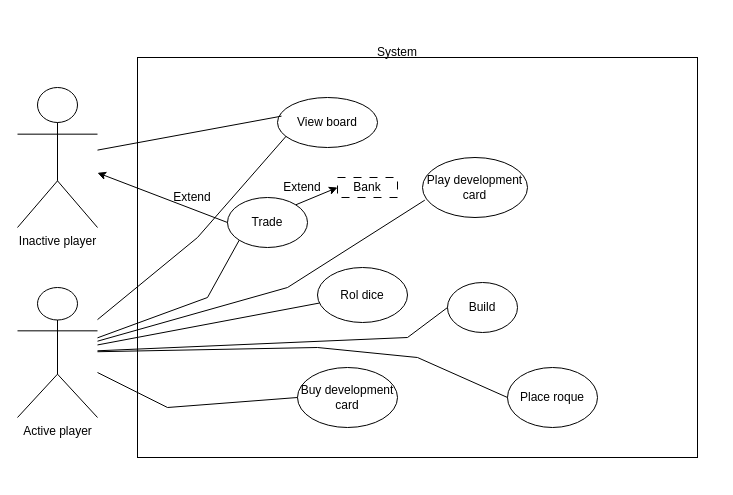
This is documentation/UML-diagrammes/play_use_case_diagram.drawio from M-Ike007/CatanGame, a draw.io file, before an edit. Source tidied: cells renumbered, new cells numbered last; positions are measured from the earlier drawing's top-left corner, leaving out a move shared by most shapes. Both pictures are drawn from the tidied source at 100%, with x=0, y=0 at pixel (17, 37).
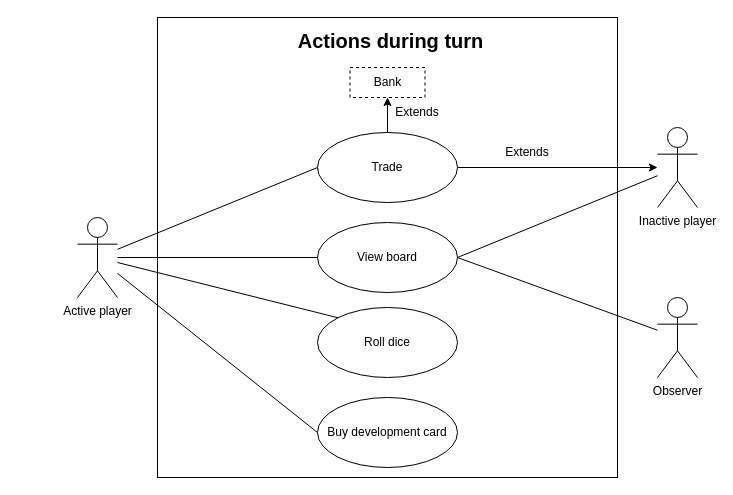
After the change.

Commit message (it also covers changes not shown here):
SDH, JVL Update play use case diagram

update the play use case diagram because it containes some mistakes

What changed in the source:
```diff
@@
-<mxGraphModel>
+<mxGraphModel background="#ffffff">
@@
+    <mxCell id="26" style="whiteSpace=wrap;html=1;" parent="1" vertex="1">
+      <mxGeometry x="140" y="-20" width="460" height="460" as="geometry" />
+    </mxCell>
+    <mxCell id="3" value="Active player" style="shape=umlActor;verticalLabelPosition=bottom;verticalAlign=top;html=1;" parent="1" vertex="1">
+      <mxGeometry x="60" y="180" width="40" height="80" as="geometry" />
+    </mxCell>
-    <mxCell id="2" value="Inactive player" style="shape=umlActor;verticalLabelPosition=bottom;verticalAlign=top;html=1;outlineConnect=0;" parent="1" vertex="1">
-      <mxGeometry y="50" width="80" height="140" as="geometry" />
+    <mxCell id="2" value="Inactive player" style="shape=umlActor;verticalLabelPosition=bottom;verticalAlign=top;html=1;" parent="1" vertex="1">
+      <mxGeometry x="640" y="90" width="40" height="80" as="geometry" />
     </mxCell>
-    <mxCell id="3" value="Active player" style="shape=umlActor;verticalLabelPosition=bottom;verticalAlign=top;html=1;outlineConnect=0;" parent="1" vertex="1">
-      <mxGeometry y="250" width="80" height="130" as="geometry" />
-    </mxCell>
-    <mxCell id="4" style="rounded=0;whiteSpace=wrap;html=1;fillColor=none;" parent="1" vertex="1">
-      <mxGeometry x="120" y="20" width="560" height="400" as="geometry" />
-    </mxCell>
-    <mxCell id="5" value="System" style="text;html=1;strokeColor=none;fillColor=none;align=center;verticalAlign=middle;whiteSpace=wrap;rounded=0;" parent="1" vertex="1">
-      <mxGeometry x="350" width="60" height="30" as="geometry" />
-    </mxCell>
+    <mxCell id="27" value="Observer" style="shape=umlActor;verticalLabelPosition=bottom;verticalAlign=top;html=1;" parent="1" vertex="1">
+      <mxGeometry x="640" y="260" width="40" height="80" as="geometry" />
+    </mxCell>
-    <mxCell id="6" value="View board" style="ellipse;whiteSpace=wrap;html=1;fillColor=none;" parent="1" vertex="1">
-      <mxGeometry x="260" y="60" width="100" height="50" as="geometry" />
+    <mxCell id="6" value="View board" style="ellipse;whiteSpace=wrap;html=1;" parent="1" vertex="1">
+      <mxGeometry x="300" y="185" width="140" height="70" as="geometry" />
     </mxCell>
+    <mxCell id="28" style="endArrow=none;html=1;rounded=0;exitX=1;exitY=0.5;exitDx=0;exitDy=0;" parent="1" edge="1" source="6" target="2">
+      <mxGeometry relative="1" as="geometry" />
+    </mxCell>
+    <mxCell id="29" style="endArrow=none;html=1;rounded=0;exitX=1;exitY=0.5;exitDx=0;exitDy=0;" parent="1" edge="1" source="6" target="27">
+      <mxGeometry relative="1" as="geometry" />
+    </mxCell>
+    <mxCell id="24" style="endArrow=none;html=1;rounded=0;entryX=0;entryY=0.5;entryDx=0;entryDy=0;" parent="1" edge="1" source="3" target="6">
+      <mxGeometry relative="1" as="geometry" />
+    </mxCell>
-    <mxCell id="7" value="Trade" style="ellipse;whiteSpace=wrap;html=1;fillColor=none;" parent="1" vertex="1">
-      <mxGeometry x="210" y="160" width="80" height="50" as="geometry" />
+    <mxCell id="7" value="Trade" style="ellipse;whiteSpace=wrap;html=1;" parent="1" vertex="1">
+      <mxGeometry x="300" y="95" width="140" height="70" as="geometry" />
     </mxCell>
-    <mxCell id="8" value="Buy development card" style="ellipse;whiteSpace=wrap;html=1;fillColor=none;" parent="1" vertex="1">
-      <mxGeometry x="280" y="330" width="100" height="60" as="geometry" />
-    </mxCell>
-    <mxCell id="9" value="Build" style="ellipse;whiteSpace=wrap;html=1;fillColor=none;" parent="1" vertex="1">
-      <mxGeometry x="430" y="245" width="70" height="50" as="geometry" />
-    </mxCell>
-    <mxCell id="10" value="Play development card" style="ellipse;whiteSpace=wrap;html=1;fillColor=none;" parent="1" vertex="1">
-      <mxGeometry x="405" y="120" width="105" height="60" as="geometry" />
-    </mxCell>
-    <mxCell id="11" value="Rol dice" style="ellipse;whiteSpace=wrap;html=1;fillColor=none;" parent="1" vertex="1">
-      <mxGeometry x="300" y="230" width="90" height="55" as="geometry" />
-    </mxCell>
-    <mxCell id="12" value="Place roque" style="ellipse;whiteSpace=wrap;html=1;fillColor=none;" parent="1" vertex="1">
-      <mxGeometry x="490" y="330" width="90" height="60" as="geometry" />
-    </mxCell>
-    <mxCell id="13" style="endArrow=none;html=1;rounded=0;entryX=0;entryY=0.5;entryDx=0;entryDy=0;endFill=0;" parent="1" edge="1" source="3" target="8">
-      <mxGeometry relative="1" as="geometry">
-        <Array as="points">
-          <mxPoint x="150" y="370" />
-        </Array>
-      </mxGeometry>
-    </mxCell>
-    <mxCell id="14" style="endArrow=none;html=1;rounded=0;endFill=0;" parent="1" edge="1" source="3" target="11">
-      <mxGeometry relative="1" as="geometry" />
-    </mxCell>
-    <mxCell id="15" style="endArrow=none;html=1;rounded=0;entryX=0;entryY=0.5;entryDx=0;entryDy=0;endFill=0;" parent="1" edge="1" source="3" target="12">
-      <mxGeometry relative="1" as="geometry">
-        <Array as="points">
-          <mxPoint x="300" y="310" />
-          <mxPoint x="400" y="320" />
-        </Array>
-      </mxGeometry>
-    </mxCell>
-    <mxCell id="16" style="endArrow=none;html=1;rounded=0;entryX=0;entryY=0.5;entryDx=0;entryDy=0;endFill=0;" parent="1" edge="1" source="3" target="9">
-      <mxGeometry relative="1" as="geometry">
-        <Array as="points">
-          <mxPoint x="390" y="300" />
-        </Array>
-      </mxGeometry>
-    </mxCell>
-    <mxCell id="17" style="endArrow=none;html=1;rounded=0;entryX=0;entryY=1;entryDx=0;entryDy=0;endFill=0;" parent="1" edge="1" source="3" target="7">
-      <mxGeometry relative="1" as="geometry">
-        <Array as="points">
-          <mxPoint x="190" y="260" />
-        </Array>
-      </mxGeometry>
-    </mxCell>
+    <mxCell id="22" style="endArrow=classic;html=1;rounded=0;exitX=1;exitY=0.5;exitDx=0;exitDy=0;" parent="1" edge="1" source="7" target="2">
+      <mxGeometry relative="1" as="geometry" />
+    </mxCell>
-    <mxCell id="18" value="Bank" style="rounded=0;whiteSpace=wrap;html=1;fillColor=none;dashed=1;dashPattern=8 8;" parent="1" vertex="1">
-      <mxGeometry x="320" y="140" width="60" height="20" as="geometry" />
+    <mxCell id="18" value="Bank" style="html=1;whiteSpace=wrap;dashed=1;" parent="1" vertex="1">
+      <mxGeometry x="332.5" y="30" width="75" height="30" as="geometry" />
     </mxCell>
-    <mxCell id="19" style="endArrow=classic;html=1;rounded=0;exitX=1;exitY=0;exitDx=0;exitDy=0;entryX=0;entryY=0.5;entryDx=0;entryDy=0;" parent="1" edge="1" source="7" target="18">
+    <mxCell id="19" style="endArrow=classic;html=1;rounded=0;entryX=0.5;entryY=1;entryDx=0;entryDy=0;" parent="1" edge="1" source="7" target="18">
       <mxGeometry relative="1" as="geometry" />
     </mxCell>
-    <mxCell id="20" value="Extend" style="text;html=1;strokeColor=none;fillColor=none;align=center;verticalAlign=middle;whiteSpace=wrap;rounded=0;" parent="1" vertex="1">
-      <mxGeometry x="260" y="140" width="50" height="20" as="geometry" />
-    </mxCell>
-    <mxCell id="21" style="endArrow=none;html=1;rounded=0;entryX=0.022;entryY=0.711;entryDx=0;entryDy=0;entryPerimeter=0;endFill=0;" parent="1" edge="1" source="3" target="10">
-      <mxGeometry relative="1" as="geometry">
-        <Array as="points">
-          <mxPoint x="270" y="250" />
-        </Array>
-      </mxGeometry>
-    </mxCell>
-    <mxCell id="22" style="endArrow=classic;html=1;rounded=0;exitX=0;exitY=0.5;exitDx=0;exitDy=0;" parent="1" edge="1" source="7" target="2">
-      <mxGeometry relative="1" as="geometry" />
-    </mxCell>
-    <mxCell id="23" value="Extend" style="text;html=1;strokeColor=none;fillColor=none;align=center;verticalAlign=middle;whiteSpace=wrap;rounded=0;" parent="1" vertex="1">
-      <mxGeometry x="150" y="150" width="50" height="20" as="geometry" />
-    </mxCell>
-    <mxCell id="24" style="endArrow=none;html=1;rounded=0;entryX=0.087;entryY=0.773;entryDx=0;entryDy=0;entryPerimeter=0;" parent="1" edge="1" source="3" target="6">
-      <mxGeometry relative="1" as="geometry">
-        <Array as="points">
-          <mxPoint x="180" y="200" />
-        </Array>
-      </mxGeometry>
-    </mxCell>
-    <mxCell id="25" style="endArrow=none;html=1;rounded=0;entryX=0.04;entryY=0.373;entryDx=0;entryDy=0;entryPerimeter=0;" parent="1" edge="1" source="2" target="6">
-      <mxGeometry relative="1" as="geometry" />
-    </mxCell>
+    <mxCell id="30" value="Extends" style="text;html=1;strokeColor=none;fillColor=none;align=center;verticalAlign=middle;whiteSpace=wrap;rounded=0;" parent="1" vertex="1">
+      <mxGeometry x="370" y="60" width="60" height="30" as="geometry" />
+    </mxCell>
+    <mxCell id="31" value="Extends" style="text;html=1;strokeColor=none;fillColor=none;align=center;verticalAlign=middle;whiteSpace=wrap;rounded=0;rotation=0;" parent="1" vertex="1">
+      <mxGeometry x="480" y="100" width="60" height="30" as="geometry" />
+    </mxCell>
+    <mxCell id="17" style="endArrow=none;html=1;rounded=0;entryX=0;entryY=0.5;entryDx=0;entryDy=0;" parent="1" edge="1" source="3" target="7">
+      <mxGeometry relative="1" as="geometry" />
+    </mxCell>
+    <mxCell id="32" value="Roll dice" style="ellipse;whiteSpace=wrap;html=1;" parent="1" vertex="1">
+      <mxGeometry x="300" y="270" width="140" height="70" as="geometry" />
+    </mxCell>
+    <mxCell id="33" style="endArrow=none;html=1;rounded=0;exitX=0;exitY=0;exitDx=0;exitDy=0;" parent="1" edge="1" source="32" target="3">
+      <mxGeometry relative="1" as="geometry" />
+    </mxCell>
+    <mxCell id="8" value="Buy development card" style="ellipse;whiteSpace=wrap;html=1;" parent="1" vertex="1">
+      <mxGeometry x="300" y="360" width="140" height="70" as="geometry" />
+    </mxCell>
+    <mxCell id="34" style="endArrow=none;html=1;rounded=0;exitX=0;exitY=0.5;exitDx=0;exitDy=0;" parent="1" edge="1" source="8" target="3">
+      <mxGeometry relative="1" as="geometry" />
+    </mxCell>
+    <mxCell id="35" value="&lt;font style=&quot;font-size: 20px;&quot;&gt;Actions during turn&lt;/font&gt;" style="text;align=center;fontStyle=1;verticalAlign=middle;spacingLeft=3;spacingRight=3;strokeColor=none;html=1;" parent="1" vertex="1">
+      <mxGeometry x="332.5" y="-10" width="80" height="26" as="geometry" />
+    </mxCell>
```
